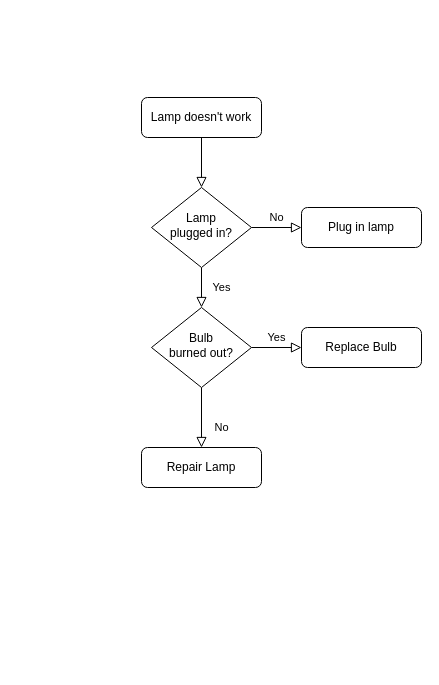
BartcreeBart/Reset keeps this draw.io diagram as 未命名绘图.drawio. Above is the earlier version. Source tidied: cells renumbered, new cells numbered last; positions are measured from the earlier drawing's top-left corner, leaving out a move shared by most shapes. Both pictures are drawn from the tidied source at 100%, with x=0, y=0 at pixel (141, 97).
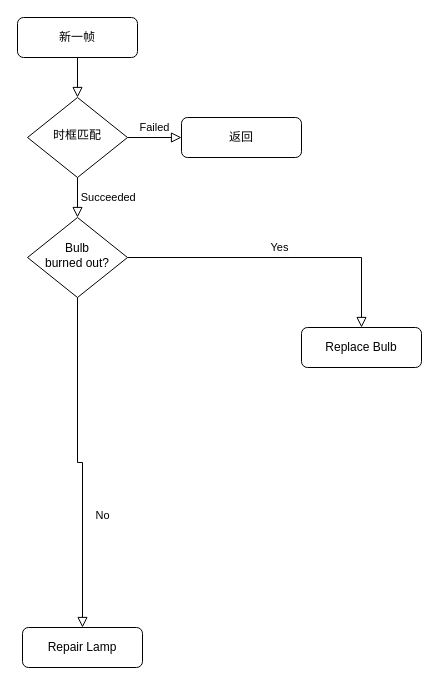
Above is the later version.

Commit message (it also covers changes not shown here):
更新未命名绘图.drawio

Change to the diagram source:
```diff
@@
 <mxGraphModel>
   <root>
     <mxCell id="0" />
     <mxCell id="1" parent="0" />
     <mxCell id="2" style="rounded=0;html=1;jettySize=auto;fontSize=11;endArrow=block;endFill=0;endSize=8;strokeWidth=1;shadow=0;labelBackgroundColor=none;edgeStyle=orthogonalEdgeStyle;" parent="1" edge="1" source="3" target="6">
       <mxGeometry relative="1" as="geometry" />
     </mxCell>
-    <mxCell id="3" value="Lamp doesn't work" style="rounded=1;whiteSpace=wrap;html=1;fontSize=12;glass=0;strokeWidth=1;shadow=0;" parent="1" vertex="1">
-      <mxGeometry width="120" height="40" as="geometry" />
+    <mxCell id="3" value="新一帧" style="rounded=1;whiteSpace=wrap;html=1;fontSize=12;glass=0;strokeWidth=1;shadow=0;" parent="1" vertex="1">
+      <mxGeometry x="-124" y="-80" width="120" height="40" as="geometry" />
     </mxCell>
-    <mxCell id="4" value="Yes" style="rounded=0;html=1;jettySize=auto;fontSize=11;endArrow=block;endFill=0;endSize=8;strokeWidth=1;shadow=0;labelBackgroundColor=none;edgeStyle=orthogonalEdgeStyle;" parent="1" edge="1" source="6" target="10">
+    <mxCell id="4" value="&amp;nbsp; &amp;nbsp; &amp;nbsp; &amp;nbsp;&lt;span style=&quot;background-color: transparent; color: light-dark(rgb(0, 0, 0), rgb(255, 255, 255));&quot;&gt;Succeeded&lt;/span&gt;" style="rounded=0;html=1;jettySize=auto;fontSize=11;endArrow=block;endFill=0;endSize=8;strokeWidth=1;shadow=0;labelBackgroundColor=none;edgeStyle=orthogonalEdgeStyle;" parent="1" edge="1" source="6" target="10">
       <mxGeometry y="20" relative="1" as="geometry" />
     </mxCell>
-    <mxCell id="5" value="No" style="edgeStyle=orthogonalEdgeStyle;rounded=0;html=1;jettySize=auto;fontSize=11;endArrow=block;endFill=0;endSize=8;strokeWidth=1;shadow=0;labelBackgroundColor=none;" parent="1" edge="1" source="6" target="7">
+    <mxCell id="5" value="Failed" style="edgeStyle=orthogonalEdgeStyle;rounded=0;html=1;jettySize=auto;fontSize=11;endArrow=block;endFill=0;endSize=8;strokeWidth=1;shadow=0;labelBackgroundColor=none;" parent="1" edge="1" source="6" target="7">
       <mxGeometry y="10" relative="1" as="geometry" />
     </mxCell>
-    <mxCell id="6" value="Lamp&lt;br&gt;plugged in?" style="rhombus;whiteSpace=wrap;html=1;shadow=0;fontFamily=Helvetica;fontSize=12;align=center;strokeWidth=1;spacing=6;spacingTop=-4;" parent="1" vertex="1">
-      <mxGeometry x="10" y="90" width="100" height="80" as="geometry" />
+    <mxCell id="6" value="时框匹配" style="rhombus;whiteSpace=wrap;html=1;shadow=0;fontFamily=Helvetica;fontSize=12;align=center;strokeWidth=1;spacing=6;spacingTop=-4;" parent="1" vertex="1">
+      <mxGeometry x="-114" width="100" height="80" as="geometry" />
     </mxCell>
-    <mxCell id="7" value="Plug in lamp" style="rounded=1;whiteSpace=wrap;html=1;fontSize=12;glass=0;strokeWidth=1;shadow=0;" parent="1" vertex="1">
-      <mxGeometry x="160" y="110" width="120" height="40" as="geometry" />
+    <mxCell id="7" value="返回" style="rounded=1;whiteSpace=wrap;html=1;fontSize=12;glass=0;strokeWidth=1;shadow=0;" parent="1" vertex="1">
+      <mxGeometry x="40" y="20" width="120" height="40" as="geometry" />
     </mxCell>
     <mxCell id="8" value="No" style="rounded=0;html=1;jettySize=auto;fontSize=11;endArrow=block;endFill=0;endSize=8;strokeWidth=1;shadow=0;labelBackgroundColor=none;edgeStyle=orthogonalEdgeStyle;" parent="1" edge="1" source="10" target="11">
       <mxGeometry x="0.33" y="20" relative="1" as="geometry" />
     </mxCell>
     <mxCell id="9" value="Yes" style="edgeStyle=orthogonalEdgeStyle;rounded=0;html=1;jettySize=auto;fontSize=11;endArrow=block;endFill=0;endSize=8;strokeWidth=1;shadow=0;labelBackgroundColor=none;" parent="1" edge="1" source="10" target="12">
       <mxGeometry y="10" relative="1" as="geometry" />
     </mxCell>
     <mxCell id="10" value="Bulb&lt;br&gt;burned out?" style="rhombus;whiteSpace=wrap;html=1;shadow=0;fontFamily=Helvetica;fontSize=12;align=center;strokeWidth=1;spacing=6;spacingTop=-4;" parent="1" vertex="1">
-      <mxGeometry x="10" y="210" width="100" height="80" as="geometry" />
+      <mxGeometry x="-114" y="120" width="100" height="80" as="geometry" />
     </mxCell>
     <mxCell id="11" value="Repair Lamp" style="rounded=1;whiteSpace=wrap;html=1;fontSize=12;glass=0;strokeWidth=1;shadow=0;" parent="1" vertex="1">
-      <mxGeometry y="350" width="120" height="40" as="geometry" />
+      <mxGeometry x="-119" y="530" width="120" height="40" as="geometry" />
     </mxCell>
     <mxCell id="12" value="Replace Bulb" style="rounded=1;whiteSpace=wrap;html=1;fontSize=12;glass=0;strokeWidth=1;shadow=0;" parent="1" vertex="1">
       <mxGeometry x="160" y="230" width="120" height="40" as="geometry" />
     </mxCell>
   </root>
 </mxGraphModel>
```
